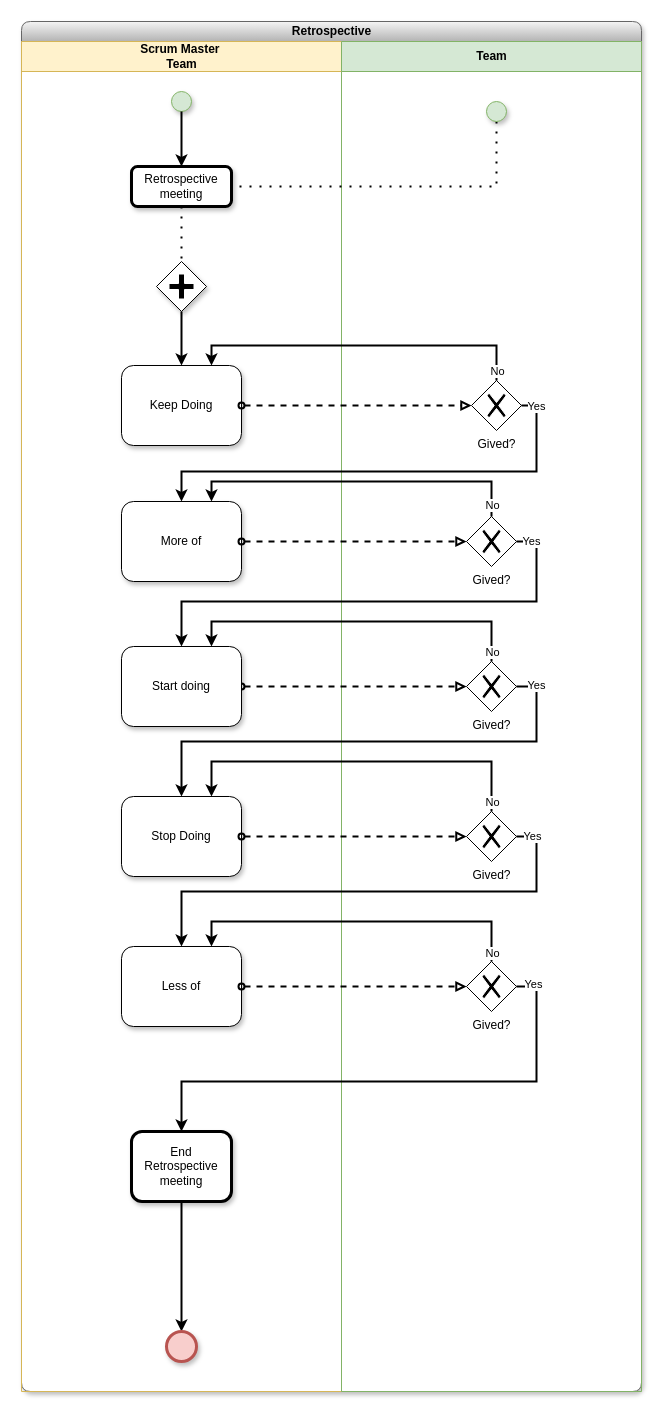
JavierCabreraDev/Metodologia_Practica keeps this draw.io diagram as page "Retrospective" (10 of 11) of BPMN_Pre-game.drawio. Above is the earlier version. Source tidied: cells renumbered, new cells numbered last; positions are measured from the earlier drawing's top-left corner, leaving out a move shared by most shapes. Both pictures are drawn from the tidied source at 100%, with x=0, y=0 at pixel (21, 21).
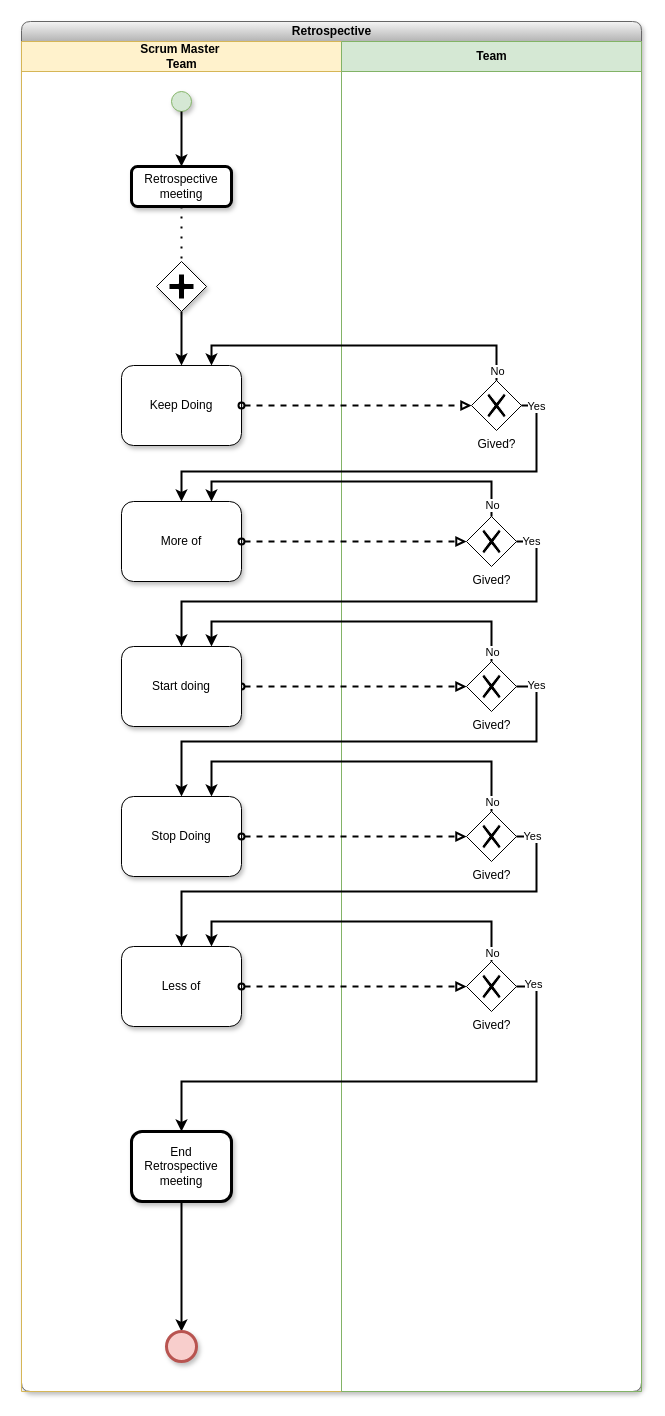
After the change.

Unchanged cells that the change refers to:
```xml
<mxCell id="13" value="&lt;p&gt;&lt;font style=&quot;font-size: 12px&quot;&gt;Retrospective meeting&lt;/font&gt;&lt;/p&gt;" style="shape=ext;rounded=1;html=1;whiteSpace=wrap;strokeWidth=3;shadow=1;glass=0;" parent="1" vertex="1">
  <mxGeometry x="110" y="145" width="100" height="40" as="geometry" />
</mxCell>
```

Change to the diagram source:
```diff
@@
-    <mxCell id="15" style="edgeStyle=orthogonalEdgeStyle;rounded=0;jettySize=auto;html=1;entryX=1;entryY=0.5;entryDx=0;entryDy=0;dashed=1;dashPattern=1 4;startArrow=none;startFill=0;endArrow=none;endFill=0;strokeWidth=2;" parent="1" edge="1" source="16" target="13">
-      <mxGeometry relative="1" as="geometry">
-        <Array as="points">
-          <mxPoint x="475" y="165" />
-        </Array>
-      </mxGeometry>
-    </mxCell>
-    <mxCell id="16" style="ellipse;whiteSpace=wrap;html=1;shadow=1;glass=0;fillColor=#d5e8d4;strokeColor=#82b366;" parent="1" vertex="1">
-      <mxGeometry x="465" y="80" width="20" height="20" as="geometry" />
-    </mxCell>
```
